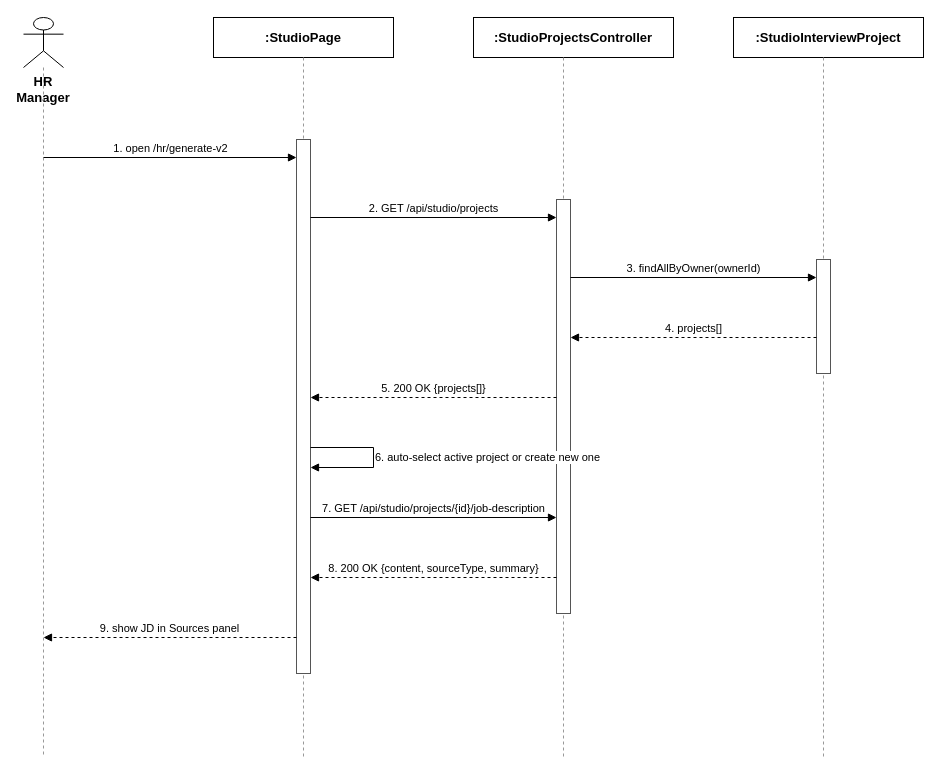
This is docs/qa/SequenceDiagram/04_JobDescriptionManagement_ListViewJD.drawio from tulklk/AI_Interview_Question_Generation_RAG_LLM_FE, a draw.io file, before an edit. Source tidied: cells renumbered, new cells numbered last; positions are measured from the earlier drawing's top-left corner, leaving out a move shared by most shapes. Both pictures are drawn from the tidied source at 100%, with x=0, y=0 at pixel (23, 17).
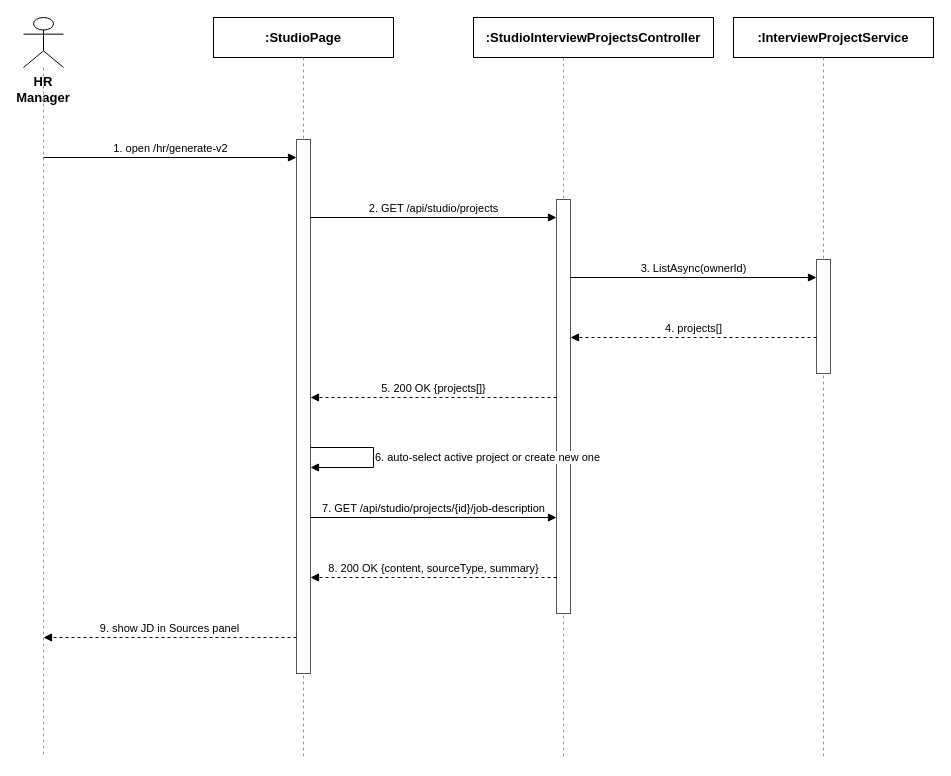
Above is the later version.

Commit message (it also covers changes not shown here):
docs(qa): correct JD Management and Knowledge Base diagrams against real BE service classes

What changed in the source:
```diff
@@
-    <mxCell id="6" value=":StudioProjectsController" style="rounded=0;whiteSpace=wrap;html=1;fontSize=13;fillColor=#ffffff;strokeColor=#000000;fontStyle=1;" parent="1" vertex="1">
-      <mxGeometry x="450" width="200" height="40" as="geometry" />
+    <mxCell id="6" value=":StudioInterviewProjectsController" style="rounded=0;whiteSpace=wrap;html=1;fontSize=13;fillColor=#ffffff;strokeColor=#000000;fontStyle=1;" parent="1" vertex="1">
+      <mxGeometry x="450" width="240" height="40" as="geometry" />
     </mxCell>
@@
-    <mxCell id="8" value=":StudioInterviewProject" style="rounded=0;whiteSpace=wrap;html=1;fontSize=13;fillColor=#ffffff;strokeColor=#000000;fontStyle=1;" parent="1" vertex="1">
-      <mxGeometry x="710" width="190" height="40" as="geometry" />
+    <mxCell id="8" value=":InterviewProjectService" style="rounded=0;whiteSpace=wrap;html=1;fontSize=13;fillColor=#ffffff;strokeColor=#000000;fontStyle=1;" parent="1" vertex="1">
+      <mxGeometry x="710" width="200" height="40" as="geometry" />
     </mxCell>
@@
-    <mxCell id="15" value="3. findAllByOwner(ownerId)" style="endArrow=block;endFill=1;html=1;fontSize=11;align=center;verticalAlign=bottom;labelBackgroundColor=#ffffff;strokeColor=#000000;" parent="1" edge="1">
+    <mxCell id="15" value="3. ListAsync(ownerId)" style="endArrow=block;endFill=1;html=1;fontSize=11;align=center;verticalAlign=bottom;labelBackgroundColor=#ffffff;strokeColor=#000000;" parent="1" edge="1">
       <mxGeometry relative="1" as="geometry">
         <mxPoint x="547" y="260" as="sourcePoint" />
         <mxPoint x="793" y="260" as="targetPoint" />
       </mxGeometry>
     </mxCell>
```
